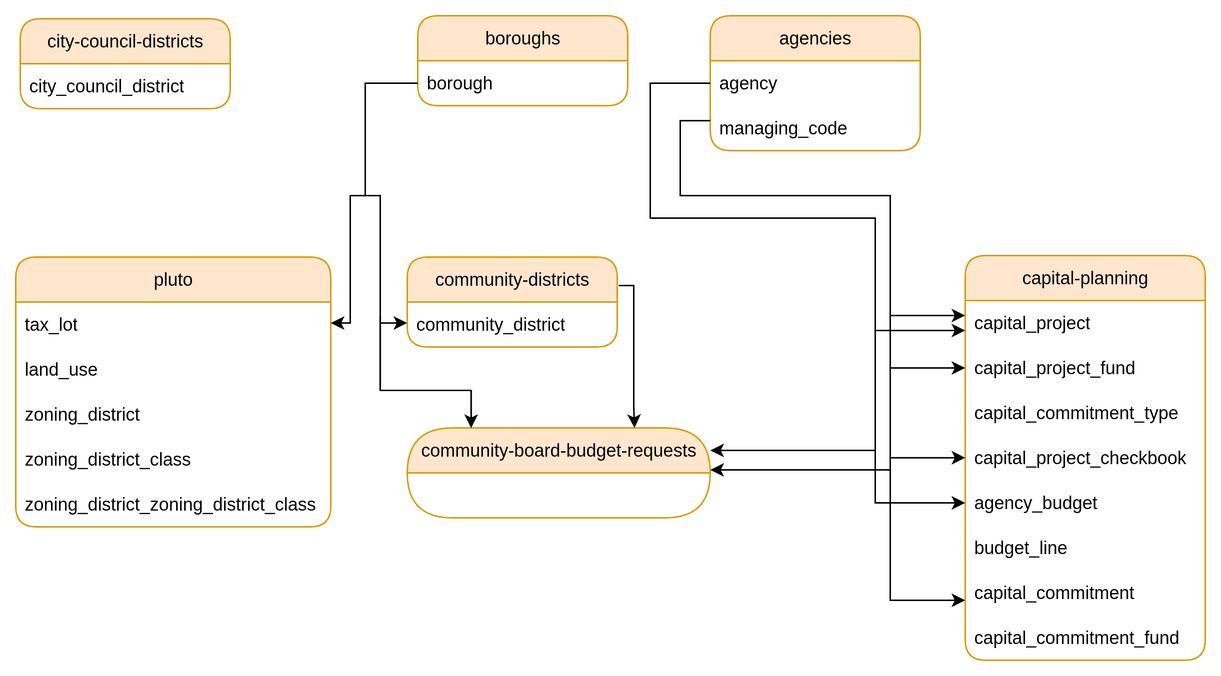
NYCPlanning/ae-data-flow keeps this draw.io diagram as documentation/diagrams/build_table_relationship.drawio.png. Above is the earlier version. Source tidied: cells renumbered, new cells last; positions are measured from the earlier drawing's top-left corner, leaving out a move shared by most shapes.
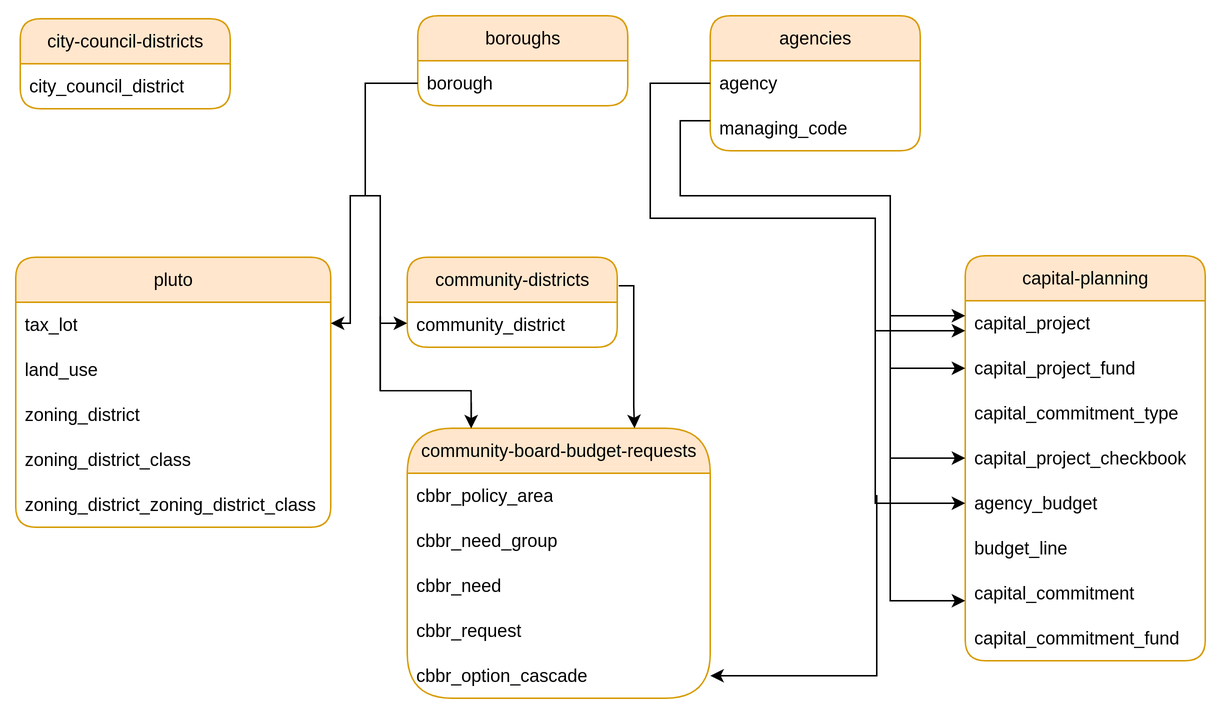
After the change.

Diff of the diagram source:
```diff
@@ -154,8 +154,23 @@
       </mxGeometry>
     </mxCell>
     <mxCell id="34" value="community-board-&lt;span style=&quot;background-color: transparent; color: light-dark(rgb(0, 0, 0), rgb(255, 255, 255));&quot;&gt;budget-requests&lt;/span&gt;" style="swimlane;fontStyle=0;horizontal=1;startSize=30;whiteSpace=wrap;html=1;rounded=1;fillColor=#ffe6cc;strokeColor=#d79b00;arcSize=50;" parent="1" vertex="1">
-      <mxGeometry x="261" y="275" width="202" height="60" as="geometry" />
+      <mxGeometry x="261" y="275" width="202" height="180" as="geometry" />
     </mxCell>
+    <mxCell id="39" value="cbbr_policy_area" style="text;strokeColor=none;fillColor=none;align=left;verticalAlign=middle;spacingLeft=4;spacingRight=4;overflow=hidden;whiteSpace=wrap;html=1;" parent="34" vertex="1">
+      <mxGeometry y="30" width="202" height="30" as="geometry" />
+    </mxCell>
+    <mxCell id="40" value="cbbr_need_group" style="text;strokeColor=none;fillColor=none;align=left;verticalAlign=middle;spacingLeft=4;spacingRight=4;overflow=hidden;whiteSpace=wrap;html=1;" parent="34" vertex="1">
+      <mxGeometry y="60" width="202" height="30" as="geometry" />
+    </mxCell>
+    <mxCell id="41" value="cbbr_need" style="text;strokeColor=none;fillColor=none;align=left;verticalAlign=middle;spacingLeft=4;spacingRight=4;overflow=hidden;whiteSpace=wrap;html=1;" parent="34" vertex="1">
+      <mxGeometry y="90" width="202" height="30" as="geometry" />
+    </mxCell>
+    <mxCell id="42" value="cbbr_request" style="text;strokeColor=none;fillColor=none;align=left;verticalAlign=middle;spacingLeft=4;spacingRight=4;overflow=hidden;whiteSpace=wrap;html=1;" parent="34" vertex="1">
+      <mxGeometry y="120" width="202" height="30" as="geometry" />
+    </mxCell>
+    <mxCell id="43" value="cbbr_option_cascade" style="text;strokeColor=none;fillColor=none;align=left;verticalAlign=middle;spacingLeft=4;spacingRight=4;overflow=hidden;points=[[0,0.5],[1,0.5]];portConstraint=eastwest;whiteSpace=wrap;html=1;" parent="34" vertex="1">
+      <mxGeometry y="150" width="202" height="30" as="geometry" />
+    </mxCell>
     <mxCell id="35" style="edgeStyle=orthogonalEdgeStyle;rounded=0;jettySize=auto;html=1;entryX=0.75;entryY=0;entryDx=0;entryDy=0;" parent="1" edge="1" target="34">
       <mxGeometry relative="1" as="geometry">
         <mxPoint x="402" y="180" as="sourcePoint" />
@@ -176,21 +191,14 @@
         </Array>
       </mxGeometry>
     </mxCell>
-    <mxCell id="37" style="edgeStyle=orthogonalEdgeStyle;rounded=0;orthogonalLoop=1;jettySize=auto;html=1;strokeColor=light-dark(#000000,#CCFFCC);entryX=1;entryY=0.5;entryDx=0;entryDy=0;" parent="1" edge="1">
-      <mxGeometry relative="1" as="geometry">
-        <mxPoint x="573" y="290" as="sourcePoint" />
-        <mxPoint x="463" y="290" as="targetPoint" />
-      </mxGeometry>
-    </mxCell>
-    <mxCell id="38" style="edgeStyle=orthogonalEdgeStyle;rounded=0;orthogonalLoop=1;jettySize=auto;html=1;strokeColor=light-dark(#000000,#CCE5FF);" parent="1" edge="1">
-      <mxGeometry relative="1" as="geometry">
-        <mxPoint x="583" y="304" as="sourcePoint" />
-        <mxPoint x="463" y="303" as="targetPoint" />
-        <Array as="points">
-          <mxPoint x="518" y="303" />
-          <mxPoint x="518" y="303" />
-        </Array>
-      </mxGeometry>
-    </mxCell>
+    <mxCell id="44" style="edgeStyle=orthogonalEdgeStyle;rounded=0;jettySize=auto;html=1;strokeColor=light-dark(#000000,#CCFFCC);" parent="1" edge="1" target="43">
+      <mxGeometry relative="1" as="geometry">
+        <mxPoint x="573" y="320" as="sourcePoint" />
+        <Array as="points">
+          <mxPoint x="574" y="320" />
+          <mxPoint x="574" y="440" />
+        </Array>
+      </mxGeometry>
+    </mxCell>
   </root>
 </mxGraphModel>
```
